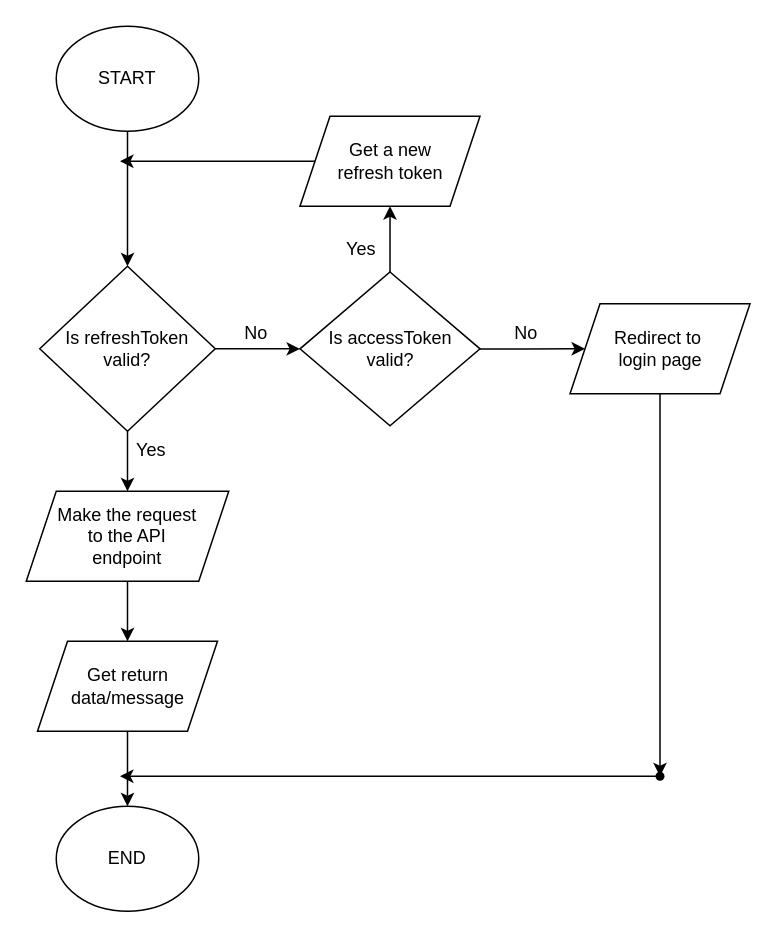
This is page "Communication after Authentication" (2 of 2) of Flowcharts and Diagrams/Axios Logic.drawio from armanbehera264/Pharmacy-Manager, a draw.io file, before an edit. Source tidied: cells renumbered, new cells numbered last; positions are measured from the earlier drawing's top-left corner, leaving out a move shared by most shapes. Both pictures are drawn from the tidied source at 150%, with x=0, y=0 at pixel (26, 26).
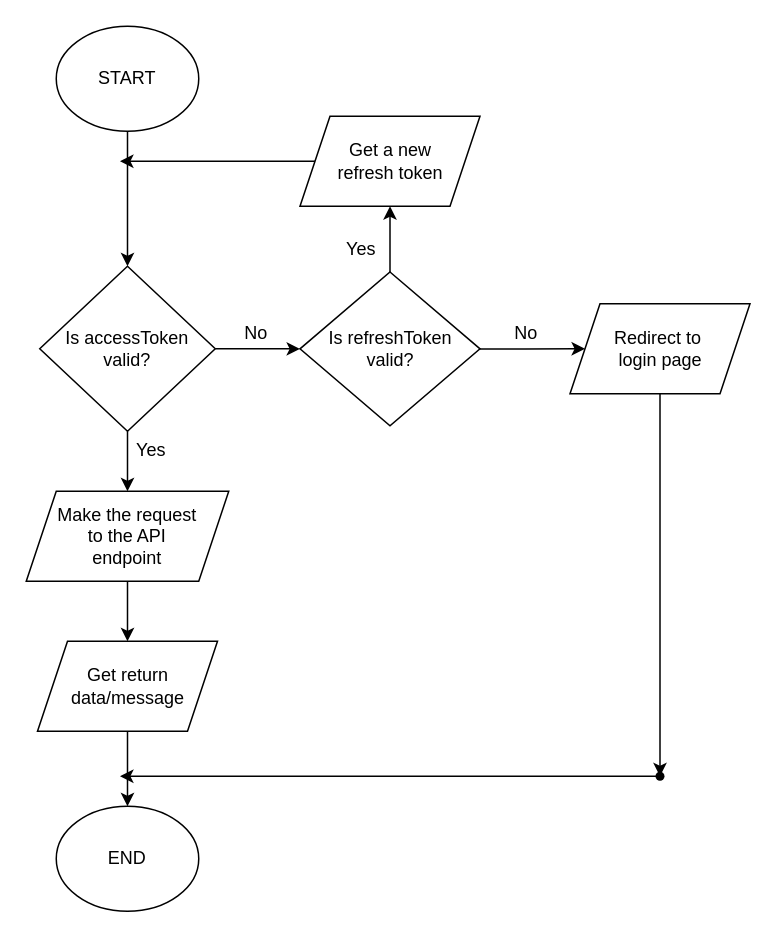
Above is the later version.

The edit, as a diff of the source:
```diff
@@
-    <mxCell id="5" value="Is refreshToken&lt;div&gt;valid?&lt;/div&gt;" style="rhombus;whiteSpace=wrap;html=1;" parent="1" vertex="1">
+    <mxCell id="5" value="Is accessToken&lt;div&gt;valid?&lt;/div&gt;" style="rhombus;whiteSpace=wrap;html=1;" parent="1" vertex="1">
       <mxGeometry x="9" y="160" width="117" height="110" as="geometry" />
     </mxCell>
@@
-    <mxCell id="9" value="Is accessToken&lt;div&gt;valid?&lt;/div&gt;" style="rhombus;whiteSpace=wrap;html=1;" parent="1" vertex="1">
+    <mxCell id="9" value="Is refreshToken&lt;div&gt;valid?&lt;/div&gt;" style="rhombus;whiteSpace=wrap;html=1;" parent="1" vertex="1">
       <mxGeometry x="182.5" y="163.8" width="120" height="102.5" as="geometry" />
     </mxCell>
```
